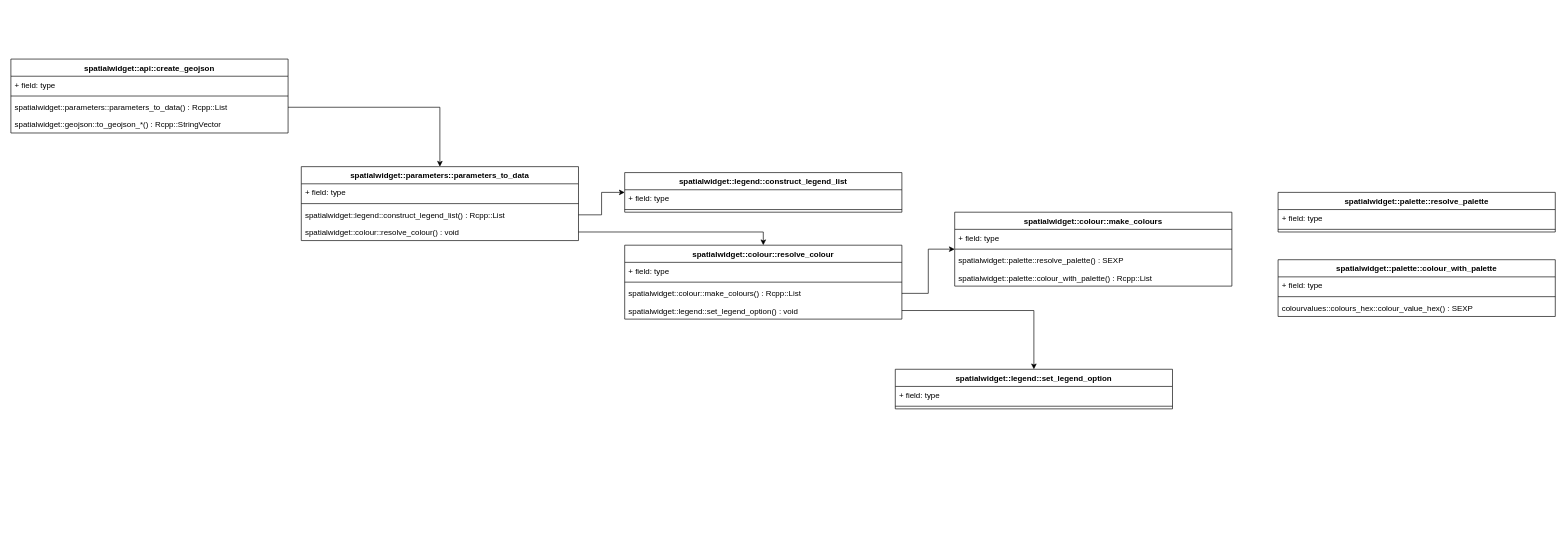
This is spatialwidget.drawio from SymbolixAU/spatialwidget, a draw.io file, before an edit. Source tidied: cells renumbered, new cells numbered last; positions are measured from the earlier drawing's top-left corner, leaving out a move shared by most shapes. Both pictures are drawn from the tidied source at 66%, with x=0, y=0 at pixel (11, 59).
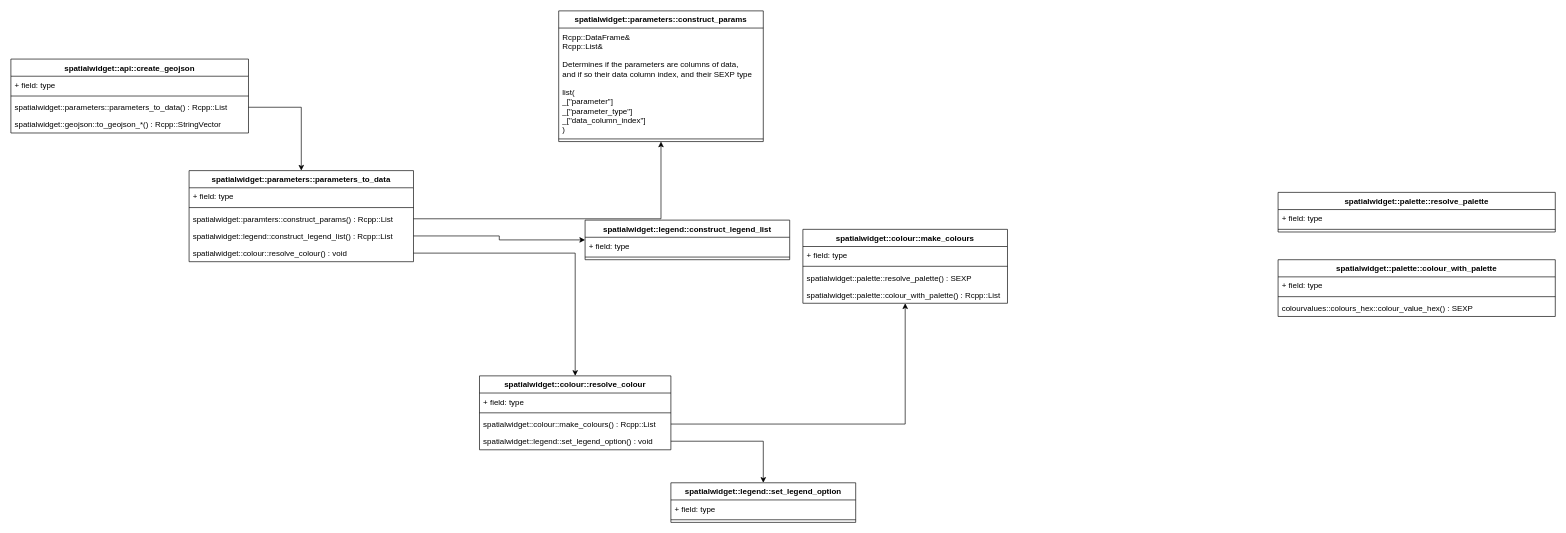
Above is the later version.

Commit message (it also covers changes not shown here):
documenting and testing parameters_to_data

Change to the diagram source:
```diff
@@
     <mxCell id="2" value="spatialwidget::api::create_geojson" style="swimlane;fontStyle=1;align=center;verticalAlign=top;horizontal=1;startSize=26;" parent="1" vertex="1">
-      <mxGeometry width="420" height="112" as="geometry" />
+      <mxGeometry width="360" height="112" as="geometry" />
     </mxCell>
     <mxCell id="3" value="+ field: type" style="text;strokeColor=none;fillColor=none;align=left;verticalAlign=top;spacingLeft=4;spacingRight=4;overflow=hidden;" parent="2" vertex="1">
-      <mxGeometry y="26" width="420" height="26" as="geometry" />
+      <mxGeometry y="26" width="360" height="26" as="geometry" />
     </mxCell>
     <mxCell id="4" style="line;strokeWidth=1;fillColor=none;align=left;verticalAlign=middle;spacingTop=-1;spacingLeft=3;spacingRight=3;labelPosition=right;" parent="2" vertex="1">
-      <mxGeometry y="52" width="420" height="8" as="geometry" />
+      <mxGeometry y="52" width="360" height="8" as="geometry" />
     </mxCell>
     <mxCell id="5" value="spatialwidget::parameters::parameters_to_data() : Rcpp::List&#10;" style="text;strokeColor=none;fillColor=none;align=left;verticalAlign=top;spacingLeft=4;spacingRight=4;overflow=hidden;points=[[0,0.5],[1,0.5]];portConstraint=eastwest;" parent="2" vertex="1">
-      <mxGeometry y="60" width="420" height="26" as="geometry" />
+      <mxGeometry y="60" width="360" height="26" as="geometry" />
     </mxCell>
     <mxCell id="6" value="spatialwidget::geojson::to_geojson_*() : Rcpp::StringVector&#10;" style="text;strokeColor=none;fillColor=none;align=left;verticalAlign=top;spacingLeft=4;spacingRight=4;overflow=hidden;" parent="2" vertex="1">
-      <mxGeometry y="86" width="420" height="26" as="geometry" />
+      <mxGeometry y="86" width="360" height="26" as="geometry" />
     </mxCell>
     <mxCell id="7" value="spatialwidget::parameters::parameters_to_data" style="swimlane;fontStyle=1;align=center;verticalAlign=top;horizontal=1;startSize=26;" parent="1" vertex="1">
-      <mxGeometry x="440" y="163" width="420" height="112" as="geometry" />
+      <mxGeometry x="270" y="169" width="340" height="138" as="geometry" />
     </mxCell>
     <mxCell id="8" value="+ field: type" style="text;strokeColor=none;fillColor=none;align=left;verticalAlign=top;spacingLeft=4;spacingRight=4;overflow=hidden;" parent="7" vertex="1">
-      <mxGeometry y="26" width="420" height="26" as="geometry" />
+      <mxGeometry y="26" width="340" height="26" as="geometry" />
     </mxCell>
     <mxCell id="9" style="line;strokeWidth=1;fillColor=none;align=left;verticalAlign=middle;spacingTop=-1;spacingLeft=3;spacingRight=3;labelPosition=right;" parent="7" vertex="1">
-      <mxGeometry y="52" width="420" height="8" as="geometry" />
+      <mxGeometry y="52" width="340" height="8" as="geometry" />
     </mxCell>
+    <mxCell id="40" value="spatialwidget::paramters::construct_params() : Rcpp::List&#10;" style="text;strokeColor=none;fillColor=none;align=left;verticalAlign=top;spacingLeft=4;spacingRight=4;overflow=hidden;points=[[0,0.5],[1,0.5]];portConstraint=eastwest;" parent="7" vertex="1">
+      <mxGeometry y="60" width="340" height="26" as="geometry" />
+    </mxCell>
     <mxCell id="10" value="spatialwidget::legend::construct_legend_list() : Rcpp::List&#10;" style="text;strokeColor=none;fillColor=none;align=left;verticalAlign=top;spacingLeft=4;spacingRight=4;overflow=hidden;points=[[0,0.5],[1,0.5]];portConstraint=eastwest;" parent="7" vertex="1">
-      <mxGeometry y="60" width="420" height="26" as="geometry" />
+      <mxGeometry y="86" width="340" height="26" as="geometry" />
     </mxCell>
     <mxCell id="11" value="spatialwidget::colour::resolve_colour() : void&#10;" style="text;strokeColor=none;fillColor=none;align=left;verticalAlign=top;spacingLeft=4;spacingRight=4;overflow=hidden;points=[[0,0.5],[1,0.5]];portConstraint=eastwest;" parent="7" vertex="1">
-      <mxGeometry y="86" width="420" height="26" as="geometry" />
+      <mxGeometry y="112" width="340" height="26" as="geometry" />
     </mxCell>
@@
     <mxCell id="13" value="spatialwidget::legend::construct_legend_list" style="swimlane;fontStyle=1;align=center;verticalAlign=top;horizontal=1;startSize=26;" parent="1" vertex="1">
-      <mxGeometry x="930" y="172" width="420" height="60" as="geometry" />
+      <mxGeometry x="870" y="244" width="310" height="60" as="geometry" />
     </mxCell>
     <mxCell id="14" value="+ field: type" style="text;strokeColor=none;fillColor=none;align=left;verticalAlign=top;spacingLeft=4;spacingRight=4;overflow=hidden;" parent="13" vertex="1">
-      <mxGeometry y="26" width="420" height="26" as="geometry" />
+      <mxGeometry y="26" width="310" height="26" as="geometry" />
     </mxCell>
     <mxCell id="15" style="line;strokeWidth=1;fillColor=none;align=left;verticalAlign=middle;spacingTop=-1;spacingLeft=3;spacingRight=3;labelPosition=right;" parent="13" vertex="1">
-      <mxGeometry y="52" width="420" height="8" as="geometry" />
+      <mxGeometry y="52" width="310" height="8" as="geometry" />
     </mxCell>
@@
     <mxCell id="17" value="spatialwidget::colour::resolve_colour" style="swimlane;fontStyle=1;align=center;verticalAlign=top;horizontal=1;startSize=26;" parent="1" vertex="1">
-      <mxGeometry x="930" y="282" width="420" height="112" as="geometry" />
+      <mxGeometry x="710" y="480" width="290" height="112" as="geometry" />
     </mxCell>
     <mxCell id="18" value="+ field: type" style="text;strokeColor=none;fillColor=none;align=left;verticalAlign=top;spacingLeft=4;spacingRight=4;overflow=hidden;" parent="17" vertex="1">
-      <mxGeometry y="26" width="420" height="26" as="geometry" />
+      <mxGeometry y="26" width="290" height="26" as="geometry" />
     </mxCell>
     <mxCell id="19" style="line;strokeWidth=1;fillColor=none;align=left;verticalAlign=middle;spacingTop=-1;spacingLeft=3;spacingRight=3;labelPosition=right;" parent="17" vertex="1">
-      <mxGeometry y="52" width="420" height="8" as="geometry" />
+      <mxGeometry y="52" width="290" height="8" as="geometry" />
     </mxCell>
     <mxCell id="20" value="spatialwidget::colour::make_colours() : Rcpp::List&#10;" style="text;strokeColor=none;fillColor=none;align=left;verticalAlign=top;spacingLeft=4;spacingRight=4;overflow=hidden;points=[[0,0.5],[1,0.5]];portConstraint=eastwest;" parent="17" vertex="1">
-      <mxGeometry y="60" width="420" height="26" as="geometry" />
+      <mxGeometry y="60" width="290" height="26" as="geometry" />
     </mxCell>
     <mxCell id="21" value="spatialwidget::legend::set_legend_option() : void&#10;" style="text;strokeColor=none;fillColor=none;align=left;verticalAlign=top;spacingLeft=4;spacingRight=4;overflow=hidden;points=[[0,0.5],[1,0.5]];portConstraint=eastwest;" parent="17" vertex="1">
-      <mxGeometry y="86" width="420" height="26" as="geometry" />
+      <mxGeometry y="86" width="290" height="26" as="geometry" />
     </mxCell>
@@
     <mxCell id="23" value="spatialwidget::legend::set_legend_option" style="swimlane;fontStyle=1;align=center;verticalAlign=top;horizontal=1;startSize=26;" parent="1" vertex="1">
-      <mxGeometry x="1340" y="470" width="420" height="60" as="geometry" />
+      <mxGeometry x="1000" y="642" width="280" height="60" as="geometry" />
     </mxCell>
     <mxCell id="24" value="+ field: type" style="text;strokeColor=none;fillColor=none;align=left;verticalAlign=top;spacingLeft=4;spacingRight=4;overflow=hidden;" parent="23" vertex="1">
-      <mxGeometry y="26" width="420" height="26" as="geometry" />
+      <mxGeometry y="26" width="280" height="26" as="geometry" />
     </mxCell>
     <mxCell id="25" style="line;strokeWidth=1;fillColor=none;align=left;verticalAlign=middle;spacingTop=-1;spacingLeft=3;spacingRight=3;labelPosition=right;" parent="23" vertex="1">
-      <mxGeometry y="52" width="420" height="8" as="geometry" />
+      <mxGeometry y="52" width="280" height="8" as="geometry" />
     </mxCell>
@@
     <mxCell id="27" value="spatialwidget::colour::make_colours" style="swimlane;fontStyle=1;align=center;verticalAlign=top;horizontal=1;startSize=26;" parent="1" vertex="1">
-      <mxGeometry x="1430" y="232" width="420" height="112" as="geometry" />
+      <mxGeometry x="1200" y="258" width="310" height="112" as="geometry" />
     </mxCell>
     <mxCell id="28" value="+ field: type" style="text;strokeColor=none;fillColor=none;align=left;verticalAlign=top;spacingLeft=4;spacingRight=4;overflow=hidden;" parent="27" vertex="1">
-      <mxGeometry y="26" width="420" height="26" as="geometry" />
+      <mxGeometry y="26" width="310" height="26" as="geometry" />
     </mxCell>
     <mxCell id="29" style="line;strokeWidth=1;fillColor=none;align=left;verticalAlign=middle;spacingTop=-1;spacingLeft=3;spacingRight=3;labelPosition=right;" parent="27" vertex="1">
-      <mxGeometry y="52" width="420" height="8" as="geometry" />
+      <mxGeometry y="52" width="310" height="8" as="geometry" />
     </mxCell>
     <mxCell id="30" value="spatialwidget::palette::resolve_palette() : SEXP&#10;" style="text;strokeColor=none;fillColor=none;align=left;verticalAlign=top;spacingLeft=4;spacingRight=4;overflow=hidden;" parent="27" vertex="1">
-      <mxGeometry y="60" width="420" height="26" as="geometry" />
+      <mxGeometry y="60" width="310" height="26" as="geometry" />
     </mxCell>
     <mxCell id="31" value="spatialwidget::palette::colour_with_palette() : Rcpp::List&#10;" style="text;strokeColor=none;fillColor=none;align=left;verticalAlign=top;spacingLeft=4;spacingRight=4;overflow=hidden;" parent="27" vertex="1">
-      <mxGeometry y="86" width="420" height="26" as="geometry" />
+      <mxGeometry y="86" width="310" height="26" as="geometry" />
     </mxCell>
@@
+    <mxCell id="41" value="spatialwidget::parameters::construct_params" style="swimlane;fontStyle=1;align=center;verticalAlign=top;horizontal=1;startSize=26;" parent="1" vertex="1">
+      <mxGeometry x="830" y="-73" width="310" height="198" as="geometry" />
+    </mxCell>
+    <mxCell id="42" value="Rcpp::DataFrame&amp; &#10;Rcpp::List&amp; &#10;&#10;Determines if the parameters are columns of data, &#10;and if so their data column index, and their SEXP type&#10;&#10;list(&#10;_[&quot;parameter&quot;]&#10;_[&quot;parameter_type&quot;]&#10;_[&quot;data_column_index&quot;]&#10;)" style="text;strokeColor=none;fillColor=none;align=left;verticalAlign=top;spacingLeft=4;spacingRight=4;overflow=hidden;" parent="41" vertex="1">
+      <mxGeometry y="26" width="310" height="164" as="geometry" />
+    </mxCell>
+    <mxCell id="43" style="line;strokeWidth=1;fillColor=none;align=left;verticalAlign=middle;spacingTop=-1;spacingLeft=3;spacingRight=3;labelPosition=right;" parent="41" vertex="1">
+      <mxGeometry y="190" width="310" height="8" as="geometry" />
+    </mxCell>
+    <mxCell id="44" style="edgeStyle=orthogonalEdgeStyle;rounded=0;jettySize=auto;html=1;" parent="1" edge="1" source="40" target="41">
+      <mxGeometry relative="1" as="geometry" />
+    </mxCell>
```
